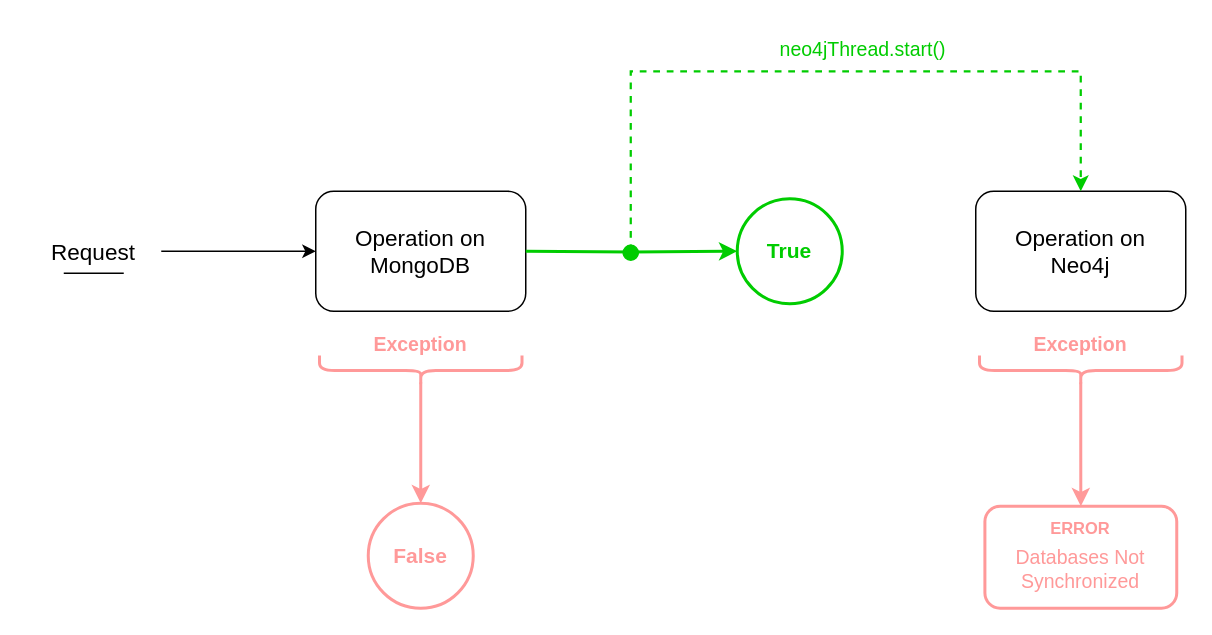
Above: page "Pagina-2" (2 of 2) of Documentation/Resources/consistency.drawio in GiuseppeSoriano/WeFood (draw.io), before the change. Source tidied: cells renumbered, new cells numbered last; positions are measured from the earlier drawing's top-left corner, leaving out a move shared by most shapes. Both pictures are drawn from the tidied source at 150%, with x=0, y=0 at pixel (26, 26).
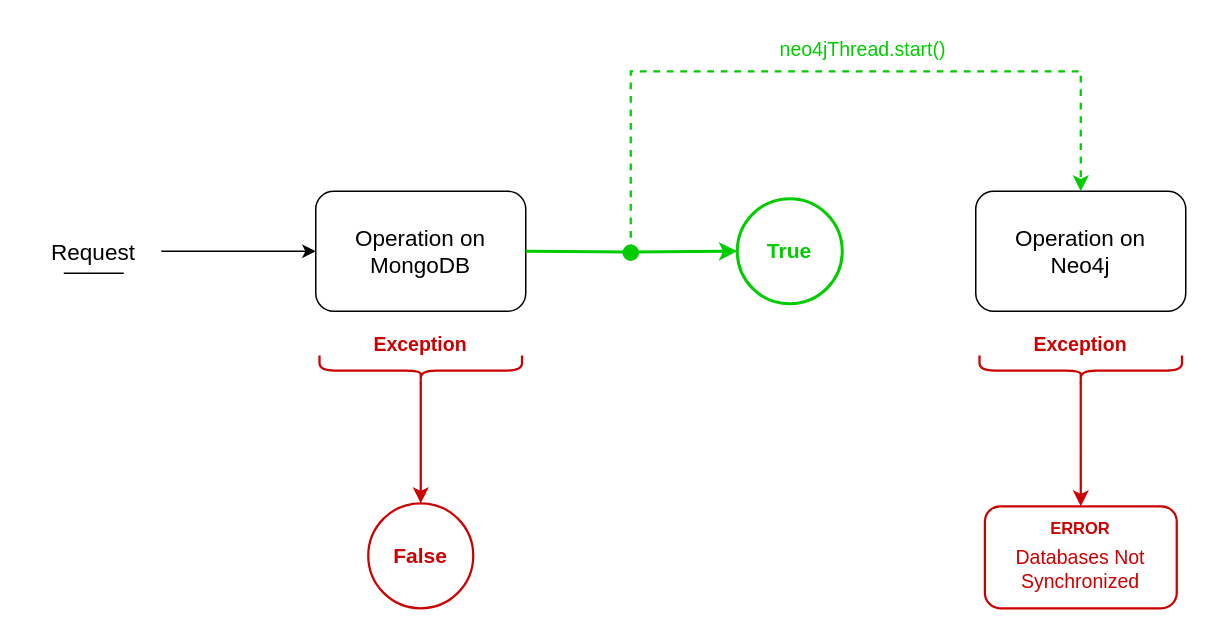
Above is the later version.

The edit, as a diff of the source:
```diff
@@
-    <mxCell id="7" style="edgeStyle=orthogonalEdgeStyle;rounded=0;jettySize=auto;html=1;exitX=0.1;exitY=0.5;exitDx=0;exitDy=0;exitPerimeter=0;entryX=0.5;entryY=0;entryDx=0;entryDy=0;strokeColor=#FF9999;strokeWidth=2;" parent="1" edge="1" source="8" target="9">
+    <mxCell id="7" style="edgeStyle=orthogonalEdgeStyle;rounded=0;jettySize=auto;html=1;exitX=0.1;exitY=0.5;exitDx=0;exitDy=0;exitPerimeter=0;entryX=0.5;entryY=0;entryDx=0;entryDy=0;strokeColor=#CC0000;strokeWidth=1.5;" parent="1" edge="1" source="8" target="9">
       <mxGeometry relative="1" as="geometry" />
     </mxCell>
-    <mxCell id="8" style="shape=curlyBracket;whiteSpace=wrap;html=1;rounded=1;flipH=1;labelPosition=right;verticalLabelPosition=middle;align=left;verticalAlign=middle;rotation=90;fontColor=#FF9999;strokeColor=#FF9999;strokeWidth=2;" parent="1" vertex="1">
+    <mxCell id="8" style="shape=curlyBracket;whiteSpace=wrap;html=1;rounded=1;flipH=1;labelPosition=right;verticalLabelPosition=middle;align=left;verticalAlign=middle;rotation=90;fontColor=#FF9999;strokeColor=#CC0000;strokeWidth=1.5;" parent="1" vertex="1">
       <mxGeometry x="253" y="162" width="20" height="135" as="geometry" />
     </mxCell>
-    <mxCell id="9" style="ellipse;whiteSpace=wrap;html=1;strokeColor=#FF9999;strokeWidth=2;" parent="1" vertex="1">
+    <mxCell id="9" style="ellipse;whiteSpace=wrap;html=1;strokeColor=#CC0000;strokeWidth=1.5;" parent="1" vertex="1">
       <mxGeometry x="228" y="318" width="70" height="70" as="geometry" />
     </mxCell>
-    <mxCell id="10" value="&lt;span style=&quot;font-size: 14px;&quot;&gt;False&lt;/span&gt;" style="text;html=1;strokeColor=none;fillColor=none;align=center;verticalAlign=middle;whiteSpace=wrap;rounded=0;fontStyle=1;fontColor=#FF9999;" parent="1" vertex="1">
+    <mxCell id="10" value="&lt;span style=&quot;font-size: 14px;&quot;&gt;False&lt;/span&gt;" style="text;html=1;strokeColor=none;fillColor=none;align=center;verticalAlign=middle;whiteSpace=wrap;rounded=0;fontStyle=1;fontColor=#CC0000;strokeWidth=1.5;" parent="1" vertex="1">
       <mxGeometry x="218" y="338" width="90" height="30" as="geometry" />
     </mxCell>
-    <mxCell id="11" value="&lt;font style=&quot;font-size: 13px;&quot;&gt;Exception&lt;/font&gt;" style="text;html=1;strokeColor=none;fillColor=none;align=center;verticalAlign=middle;whiteSpace=wrap;rounded=0;fontColor=#FF9999;fontStyle=1;" parent="1" vertex="1">
+    <mxCell id="11" value="&lt;font style=&quot;font-size: 13px;&quot;&gt;Exception&lt;/font&gt;" style="text;html=1;strokeColor=none;fillColor=none;align=center;verticalAlign=middle;whiteSpace=wrap;rounded=0;fontColor=#CC0000;fontStyle=1;" parent="1" vertex="1">
       <mxGeometry x="218" y="197" width="90" height="30" as="geometry" />
     </mxCell>
@@
-    <mxCell id="15" style="edgeStyle=orthogonalEdgeStyle;rounded=0;jettySize=auto;html=1;exitX=0.1;exitY=0.5;exitDx=0;exitDy=0;exitPerimeter=0;entryX=0.5;entryY=0;entryDx=0;entryDy=0;strokeWidth=2;strokeColor=#FF9999;" parent="1" edge="1" source="16" target="18">
+    <mxCell id="15" style="edgeStyle=orthogonalEdgeStyle;rounded=0;jettySize=auto;html=1;exitX=0.1;exitY=0.5;exitDx=0;exitDy=0;exitPerimeter=0;entryX=0.5;entryY=0;entryDx=0;entryDy=0;strokeWidth=1.5;strokeColor=#CC0000;" parent="1" edge="1" source="16" target="18">
       <mxGeometry relative="1" as="geometry" />
     </mxCell>
-    <mxCell id="16" style="shape=curlyBracket;whiteSpace=wrap;html=1;rounded=1;flipH=1;labelPosition=right;verticalLabelPosition=middle;align=left;verticalAlign=middle;rotation=90;fontColor=#FF9999;strokeColor=#FF9999;strokeWidth=2;" parent="1" vertex="1">
+    <mxCell id="16" style="shape=curlyBracket;whiteSpace=wrap;html=1;rounded=1;flipH=1;labelPosition=right;verticalLabelPosition=middle;align=left;verticalAlign=middle;rotation=90;fontColor=#FF9999;strokeColor=#CC0000;strokeWidth=1.5;" parent="1" vertex="1">
       <mxGeometry x="693" y="162" width="20" height="135" as="geometry" />
     </mxCell>
-    <mxCell id="17" value="&lt;font style=&quot;font-size: 13px;&quot;&gt;Exception&lt;/font&gt;" style="text;html=1;strokeColor=none;fillColor=none;align=center;verticalAlign=middle;whiteSpace=wrap;rounded=0;fontColor=#FF9999;fontStyle=1;" parent="1" vertex="1">
+    <mxCell id="17" value="&lt;font style=&quot;font-size: 13px;&quot;&gt;Exception&lt;/font&gt;" style="text;html=1;strokeColor=none;fillColor=none;align=center;verticalAlign=middle;whiteSpace=wrap;rounded=0;fontColor=#CC0000;fontStyle=1;" parent="1" vertex="1">
       <mxGeometry x="658" y="197" width="90" height="30" as="geometry" />
     </mxCell>
-    <mxCell id="18" style="rounded=1;whiteSpace=wrap;html=1;fontColor=#FF9999;strokeColor=#FF9999;strokeWidth=2;" parent="1" vertex="1">
+    <mxCell id="18" style="rounded=1;whiteSpace=wrap;html=1;fontColor=#FF9999;strokeColor=#CC0000;strokeWidth=1.5;" parent="1" vertex="1">
       <mxGeometry x="639.1" y="320" width="127.9" height="68" as="geometry" />
     </mxCell>
-    <mxCell id="19" value="&lt;span style=&quot;font-size: 11px;&quot;&gt;ERROR&lt;/span&gt;" style="text;html=1;strokeColor=none;fillColor=none;align=center;verticalAlign=middle;whiteSpace=wrap;rounded=0;fontColor=#FF9999;fontStyle=1;fontSize=11;" parent="1" vertex="1">
+    <mxCell id="19" value="&lt;span style=&quot;font-size: 11px;&quot;&gt;ERROR&lt;/span&gt;" style="text;html=1;strokeColor=none;fillColor=none;align=center;verticalAlign=middle;whiteSpace=wrap;rounded=0;fontColor=#CC0000;fontStyle=1;fontSize=11;strokeWidth=1.5;" parent="1" vertex="1">
       <mxGeometry x="658" y="319.5" width="90" height="30" as="geometry" />
     </mxCell>
@@
-    <mxCell id="25" value="&lt;span style=&quot;font-weight: normal; font-size: 13px;&quot;&gt;Databases Not Synchronized&lt;/span&gt;" style="text;html=1;strokeColor=none;fillColor=none;align=center;verticalAlign=middle;whiteSpace=wrap;rounded=0;fontColor=#FF9999;fontStyle=1;fontSize=13;" parent="1" vertex="1">
+    <mxCell id="25" value="&lt;span style=&quot;font-weight: normal; font-size: 13px;&quot;&gt;Databases Not Synchronized&lt;/span&gt;" style="text;html=1;strokeColor=none;fillColor=none;align=center;verticalAlign=middle;whiteSpace=wrap;rounded=0;fontColor=#CC0000;fontStyle=1;fontSize=13;strokeWidth=1.5;" parent="1" vertex="1">
       <mxGeometry x="658" y="346.5" width="90" height="30" as="geometry" />
     </mxCell>
```
